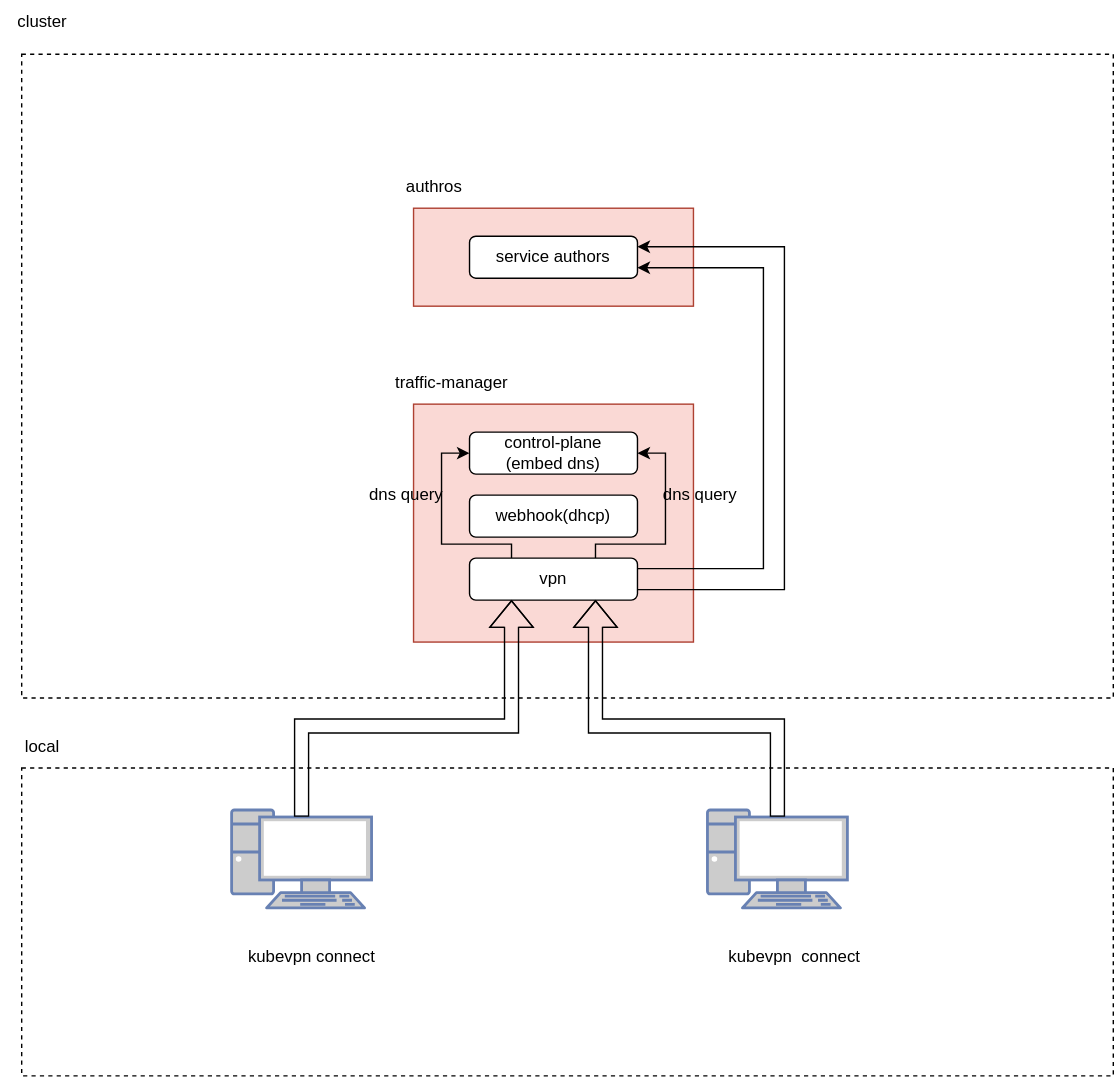
Before: docs/architecture/dns.svg, a diagram exported from draw.io (kubenetworks/kubenetworks.github.io). Source tidied: cells renumbered, new cells last; positions are measured from the earlier drawing's top-left corner, leaving out a move shared by most shapes.
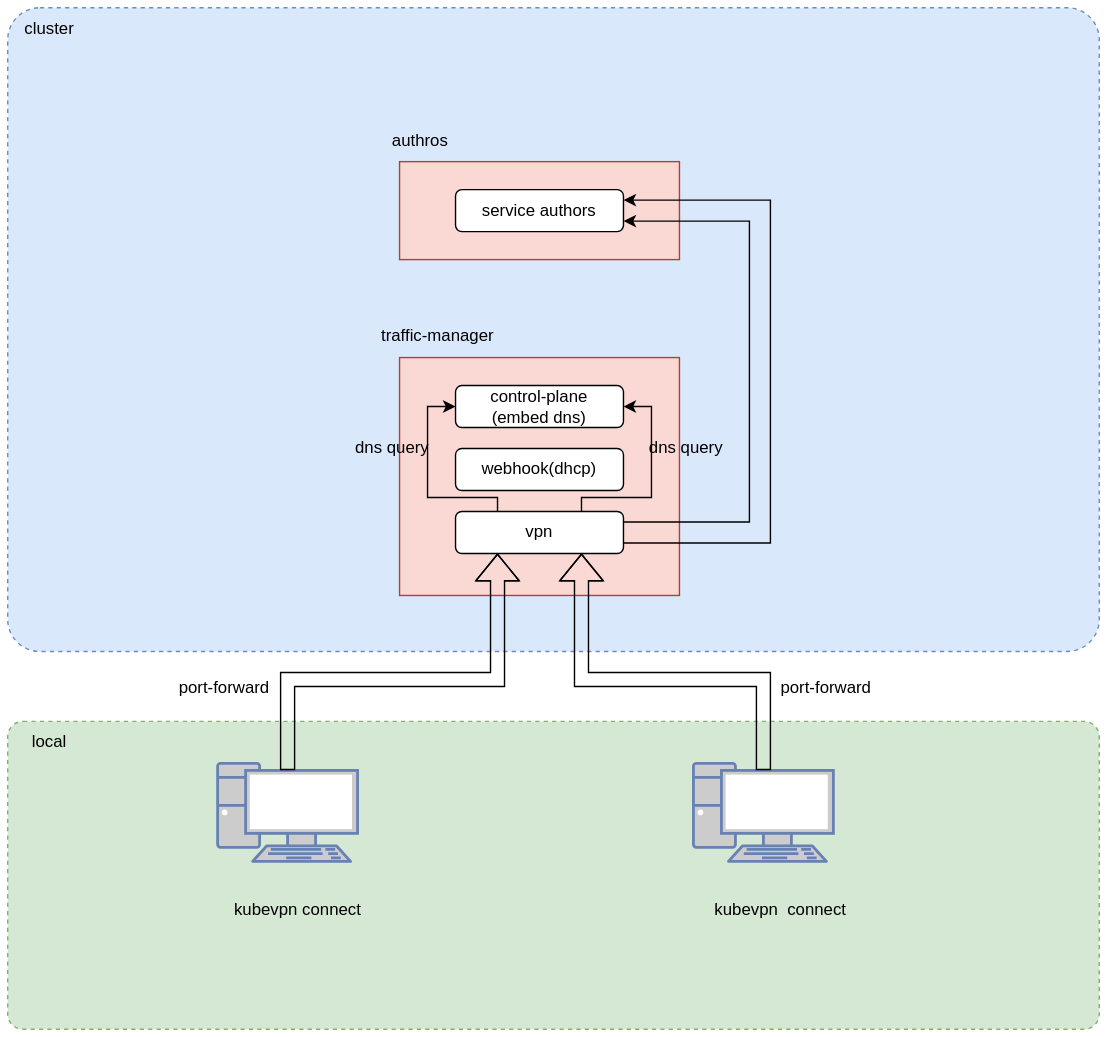
Later version of the same file.

What changed in the source:
```diff
@@ -2,10 +2,10 @@
   <root>
     <mxCell id="0" />
     <mxCell id="1" parent="0" />
-    <mxCell id="2" style="rounded=0;whiteSpace=wrap;html=1;dashed=1;" parent="1" vertex="1">
+    <mxCell id="2" style="rounded=1;whiteSpace=wrap;html=1;dashed=1;fillColor=#d5e8d4;strokeColor=#82b366;arcSize=5;" parent="1" vertex="1">
       <mxGeometry x="15" y="548" width="780" height="220" as="geometry" />
     </mxCell>
-    <mxCell id="3" style="rounded=0;whiteSpace=wrap;html=1;dashed=1;" parent="1" vertex="1">
+    <mxCell id="3" style="rounded=1;whiteSpace=wrap;html=1;dashed=1;fillColor=#dae8fc;strokeColor=#6c8ebf;arcSize=5;" parent="1" vertex="1">
       <mxGeometry x="15" y="38" width="780" height="460" as="geometry" />
     </mxCell>
     <mxCell id="4" style="rounded=0;whiteSpace=wrap;html=1;fillColor=#fad9d5;strokeColor=#ae4132;" parent="1" vertex="1">
@@ -85,10 +85,10 @@
       <mxGeometry x="470" y="338" width="60" height="30" as="geometry" />
     </mxCell>
     <mxCell id="22" value="cluster" style="text;html=1;align=center;verticalAlign=middle;whiteSpace=wrap;rounded=0;" parent="1" vertex="1">
-      <mxGeometry width="60" height="30" as="geometry" />
+      <mxGeometry x="15" y="38" width="60" height="30" as="geometry" />
     </mxCell>
     <mxCell id="23" value="local" style="text;html=1;align=center;verticalAlign=middle;whiteSpace=wrap;rounded=0;" parent="1" vertex="1">
-      <mxGeometry y="518" width="60" height="30" as="geometry" />
+      <mxGeometry x="15" y="548" width="60" height="30" as="geometry" />
     </mxCell>
     <mxCell id="24" style="edgeStyle=orthogonalEdgeStyle;rounded=0;jettySize=auto;html=1;entryX=0.25;entryY=1;entryDx=0;entryDy=0;startArrow=none;startFill=0;shape=flexArrow;endArrow=block;endFill=0;exitX=0.5;exitY=0.07;exitDx=0;exitDy=0;exitPerimeter=0;" parent="1" edge="1" source="14" target="9">
       <mxGeometry relative="1" as="geometry">
@@ -106,5 +106,11 @@
         </Array>
       </mxGeometry>
     </mxCell>
+    <mxCell id="26" value="port-forward" style="text;html=1;align=center;verticalAlign=middle;whiteSpace=wrap;rounded=0;" parent="1" vertex="1">
+      <mxGeometry x="560" y="509" width="80" height="30" as="geometry" />
+    </mxCell>
+    <mxCell id="27" value="port-forward" style="text;html=1;align=center;verticalAlign=middle;whiteSpace=wrap;rounded=0;" parent="1" vertex="1">
+      <mxGeometry x="130" y="509" width="80" height="30" as="geometry" />
+    </mxCell>
   </root>
 </mxGraphModel>
```
